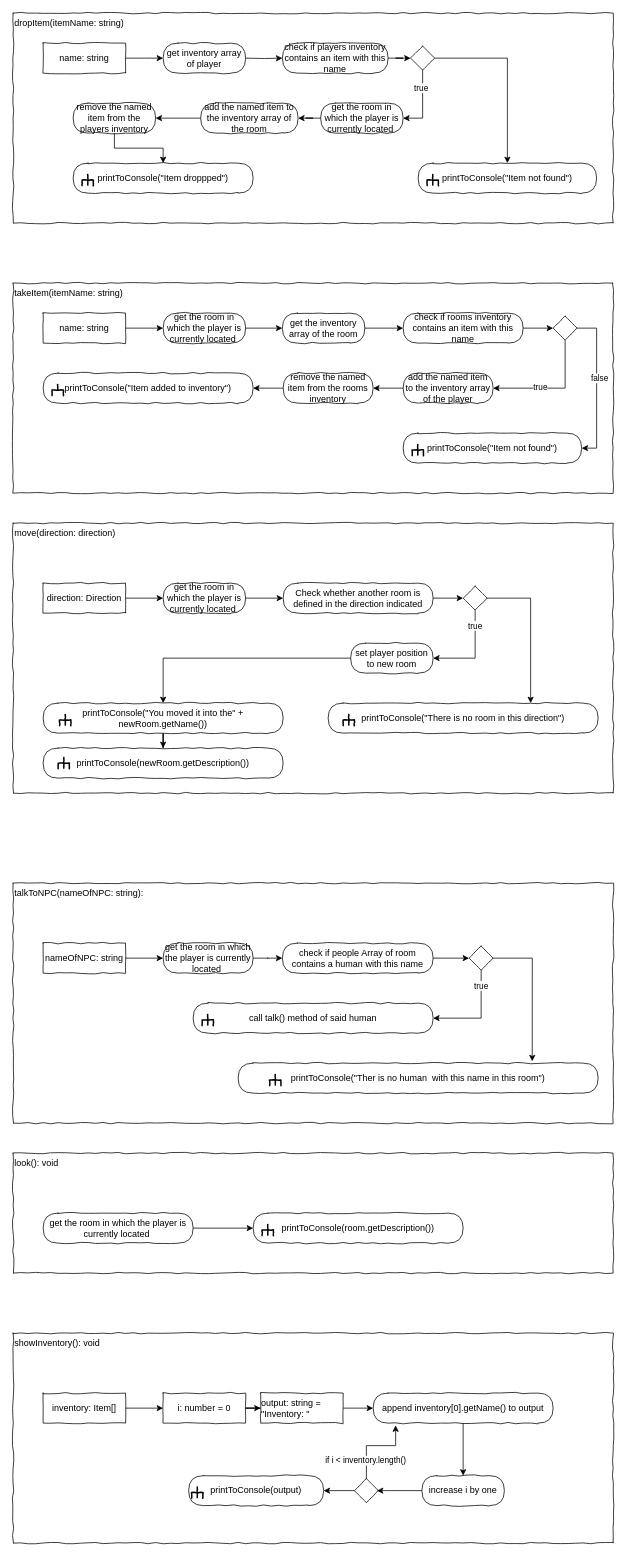
Earlier version of the draw.io diagram page "Player" (2 of 6) of concept/classes.drawio (AljoshaVieth/SoftwareDesignTextAdventure). Source tidied: cells renumbered, new cells numbered last; positions are measured from the earlier drawing's top-left corner, leaving out a move shared by most shapes. Both pictures are drawn from the tidied source at 75%, with x=0, y=0 at pixel (13, 13).
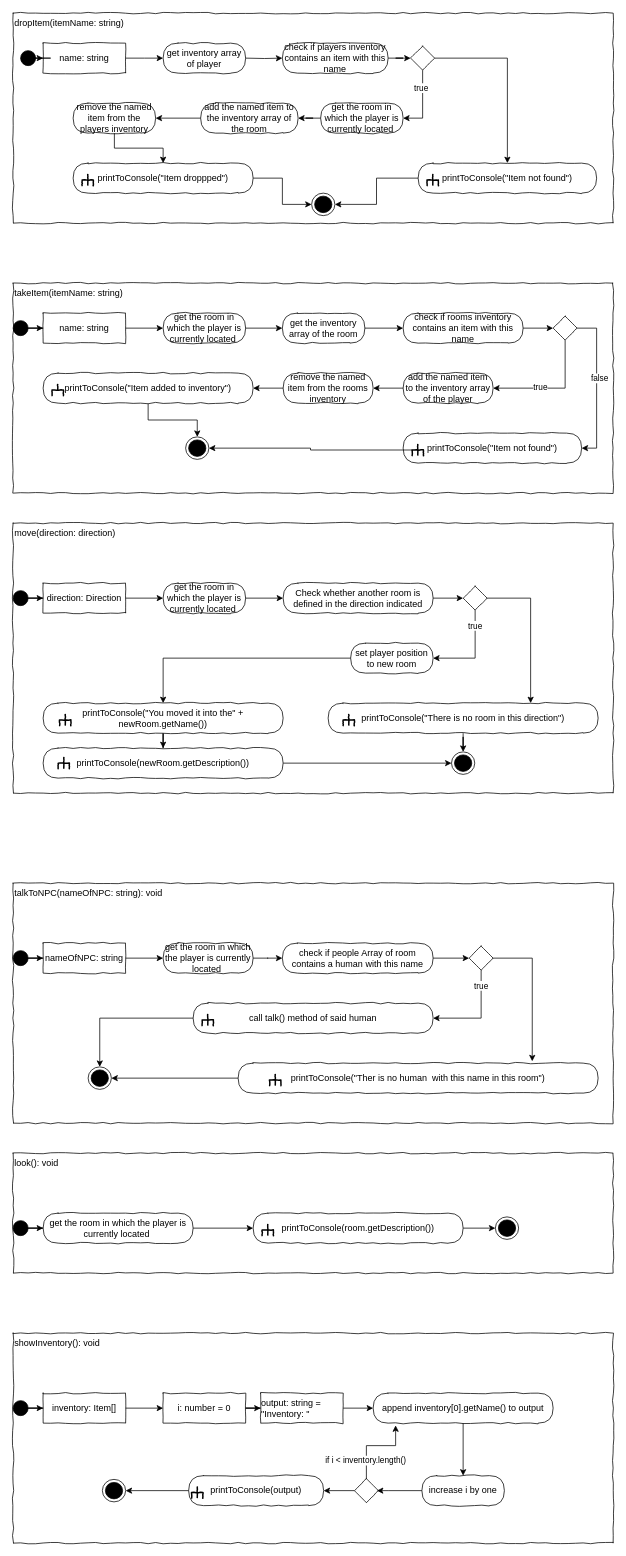
The same diagram, later.

Unchanged cells that the change refers to:
```xml
<mxCell id="2" style="group;" parent="1" vertex="1">
  <mxGeometry width="800" height="280" as="geometry" />
</mxCell>
<mxCell id="5" value="&lt;div style=&quot;text-align: left&quot;&gt;name: string&lt;/div&gt;" style="rounded=0;whiteSpace=wrap;html=1;comic=1;" parent="2" vertex="1">
  <mxGeometry x="40" y="40" width="110" height="40" as="geometry" />
</mxCell>
<mxCell id="13" value="printToConsole(&quot;Item not found&quot;)" style="rounded=1;whiteSpace=wrap;html=1;absoluteArcSize=1;arcSize=50;strokeWidth=1;shadow=0;comic=1;" parent="2" vertex="1">
  <mxGeometry x="540" y="200" width="238" height="40" as="geometry" />
</mxCell>
<mxCell id="22" value="printToConsole(&quot;Item droppped&quot;)" style="rounded=1;whiteSpace=wrap;html=1;absoluteArcSize=1;arcSize=50;strokeWidth=1;shadow=0;comic=1;" parent="2" vertex="1">
  <mxGeometry x="80" y="200" width="240" height="40" as="geometry" />
</mxCell>
<mxCell id="28" style="group;" parent="1" vertex="1">
  <mxGeometry y="360" width="800" height="280" as="geometry" />
</mxCell>
<mxCell id="30" value="&lt;div style=&quot;text-align: left&quot;&gt;name: string&lt;/div&gt;" style="rounded=0;whiteSpace=wrap;html=1;comic=1;" parent="28" vertex="1">
  <mxGeometry x="40" y="40" width="110" height="40" as="geometry" />
</mxCell>
<mxCell id="48" style="strokeWidth=2;html=1;shape=mxgraph.flowchart.annotation_2;align=left;rounded=1;comic=1;rotation=90;" parent="47" vertex="1">
  <mxGeometry x="2" y="5" width="15" height="15" as="geometry" />
</mxCell>
<mxCell id="50" value="printToConsole(&quot;Item added to inventory&quot;)" style="rounded=1;whiteSpace=wrap;html=1;absoluteArcSize=1;arcSize=50;strokeWidth=1;shadow=0;comic=1;" parent="28" vertex="1">
  <mxGeometry x="40" y="120" width="280" height="40" as="geometry" />
</mxCell>
<mxCell id="53" style="group;" parent="1" vertex="1">
  <mxGeometry y="680" width="800" height="360" as="geometry" />
</mxCell>
<mxCell id="55" value="&lt;div style=&quot;text-align: left&quot;&gt;direction: Direction&lt;/div&gt;" style="rounded=0;whiteSpace=wrap;html=1;comic=1;" parent="53" vertex="1">
  <mxGeometry x="40" y="80" width="110" height="40" as="geometry" />
</mxCell>
<mxCell id="65" value="printToConsole(newRoom.getDescription())" style="rounded=1;whiteSpace=wrap;html=1;absoluteArcSize=1;arcSize=50;strokeWidth=1;shadow=0;comic=1;" parent="53" vertex="1">
  <mxGeometry x="40" y="300" width="320" height="40" as="geometry" />
</mxCell>
<mxCell id="69" value="printToConsole(&quot;There is no room in this direction&quot;)" style="rounded=1;whiteSpace=wrap;html=1;absoluteArcSize=1;arcSize=50;strokeWidth=1;shadow=0;comic=1;" parent="53" vertex="1">
  <mxGeometry x="420" y="240" width="360" height="40" as="geometry" />
</mxCell>
<mxCell id="78" style="group;" parent="1" vertex="1">
  <mxGeometry y="1160" width="800" height="320" as="geometry" />
</mxCell>
<mxCell id="80" value="&lt;div style=&quot;text-align: left&quot;&gt;nameOfNPC: string&lt;/div&gt;" style="rounded=0;whiteSpace=wrap;html=1;comic=1;" parent="78" vertex="1">
  <mxGeometry x="40" y="80" width="110" height="40" as="geometry" />
</mxCell>
<mxCell id="87" value="call talk() method of said human" style="rounded=1;whiteSpace=wrap;html=1;absoluteArcSize=1;arcSize=50;strokeWidth=1;shadow=0;comic=1;" parent="78" vertex="1">
  <mxGeometry x="240" y="160" width="320" height="40" as="geometry" />
</mxCell>
<mxCell id="90" value="printToConsole(&quot;Ther is no human&amp;nbsp; with this name in this room&quot;)" style="rounded=1;whiteSpace=wrap;html=1;absoluteArcSize=1;arcSize=50;strokeWidth=1;shadow=0;comic=1;" parent="78" vertex="1">
  <mxGeometry x="300" y="240" width="480" height="40" as="geometry" />
</mxCell>
<mxCell id="98" style="group;" parent="1" vertex="1">
  <mxGeometry y="1520" width="800" height="160" as="geometry" />
</mxCell>
<mxCell id="100" value="get the room in which the player is currently located&amp;nbsp;" style="rounded=1;whiteSpace=wrap;html=1;absoluteArcSize=1;arcSize=50;strokeWidth=1;shadow=0;comic=1;" parent="98" vertex="1">
  <mxGeometry x="40" y="80" width="200" height="40" as="geometry" />
</mxCell>
<mxCell id="101" value="printToConsole(room.getDescription())" style="rounded=1;whiteSpace=wrap;html=1;absoluteArcSize=1;arcSize=50;strokeWidth=1;shadow=0;comic=1;" parent="98" vertex="1">
  <mxGeometry x="320" y="80" width="280" height="40" as="geometry" />
</mxCell>
<mxCell id="106" style="group;" parent="1" vertex="1">
  <mxGeometry y="1760" width="800" height="280" as="geometry" />
</mxCell>
<mxCell id="108" value="&lt;div style=&quot;text-align: left&quot;&gt;inventory: Item[]&lt;/div&gt;" style="rounded=0;whiteSpace=wrap;html=1;comic=1;" parent="106" vertex="1">
  <mxGeometry x="40" y="80" width="110" height="40" as="geometry" />
</mxCell>
<mxCell id="122" value="printToConsole(output)" style="rounded=1;whiteSpace=wrap;html=1;absoluteArcSize=1;arcSize=50;strokeWidth=1;shadow=0;comic=1;" parent="121" vertex="1">
  <mxGeometry width="180" height="40" as="geometry" />
</mxCell>
```

The edit, as a diff of the source:
```diff
@@
+    <mxCell id="127" style="edgeStyle=orthogonalEdgeStyle;rounded=0;jettySize=auto;html=1;entryX=1;entryY=0.5;entryDx=0;entryDy=0;" parent="2" edge="1" source="13" target="131">
+      <mxGeometry relative="1" as="geometry" />
+    </mxCell>
@@
+    <mxCell id="128" style="edgeStyle=orthogonalEdgeStyle;rounded=0;jettySize=auto;html=1;entryX=0;entryY=0.5;entryDx=0;entryDy=0;" parent="2" edge="1" source="22" target="131">
+      <mxGeometry relative="1" as="geometry" />
+    </mxCell>
@@
+    <mxCell id="129" style="edgeStyle=orthogonalEdgeStyle;rounded=0;jettySize=auto;html=1;entryX=0;entryY=0.5;entryDx=0;entryDy=0;" parent="2" edge="1" source="130" target="5">
+      <mxGeometry relative="1" as="geometry" />
+    </mxCell>
+    <mxCell id="130" style="ellipse;whiteSpace=wrap;html=1;rounded=0;shadow=0;comic=0;labelBackgroundColor=none;strokeColor=#000000;strokeWidth=1;fillColor=#000000;fontFamily=Verdana;fontSize=12;fontColor=#000000;align=center;comic=1;" parent="2" vertex="1">
+      <mxGeometry x="10" y="50" width="20" height="20" as="geometry" />
+    </mxCell>
+    <mxCell id="131" style="ellipse;html=1;shape=endState;fillColor=#000000;strokeColor=#000000;comic=1;align=center;" parent="2" vertex="1">
+      <mxGeometry x="398" y="240" width="31" height="30" as="geometry" />
+    </mxCell>
@@
+    <mxCell id="132" style="edgeStyle=orthogonalEdgeStyle;rounded=0;jettySize=auto;html=1;entryX=0.5;entryY=0;entryDx=0;entryDy=0;" parent="28" edge="1" source="50" target="135">
+      <mxGeometry relative="1" as="geometry" />
+    </mxCell>
@@
+    <mxCell id="133" style="edgeStyle=orthogonalEdgeStyle;rounded=0;jettySize=auto;html=1;entryX=0;entryY=0.5;entryDx=0;entryDy=0;" parent="28" edge="1" source="134" target="30">
+      <mxGeometry relative="1" as="geometry" />
+    </mxCell>
+    <mxCell id="134" style="ellipse;whiteSpace=wrap;html=1;rounded=0;shadow=0;comic=0;labelBackgroundColor=none;strokeColor=#000000;strokeWidth=1;fillColor=#000000;fontFamily=Verdana;fontSize=12;fontColor=#000000;align=center;comic=1;" parent="28" vertex="1">
+      <mxGeometry y="50" width="20" height="20" as="geometry" />
+    </mxCell>
+    <mxCell id="135" style="ellipse;html=1;shape=endState;fillColor=#000000;strokeColor=#000000;comic=1;align=center;" parent="28" vertex="1">
+      <mxGeometry x="230" y="205" width="31" height="30" as="geometry" />
+    </mxCell>
+    <mxCell id="136" style="edgeStyle=orthogonalEdgeStyle;rounded=0;jettySize=auto;html=1;entryX=1;entryY=0.5;entryDx=0;entryDy=0;" parent="28" edge="1" source="48" target="135">
+      <mxGeometry relative="1" as="geometry" />
+    </mxCell>
@@
+    <mxCell id="137" style="edgeStyle=orthogonalEdgeStyle;rounded=0;jettySize=auto;html=1;entryX=0;entryY=0.5;entryDx=0;entryDy=0;" parent="53" edge="1" source="65" target="141">
+      <mxGeometry relative="1" as="geometry" />
+    </mxCell>
@@
+    <mxCell id="138" style="edgeStyle=orthogonalEdgeStyle;rounded=0;jettySize=auto;html=1;entryX=0.5;entryY=0;entryDx=0;entryDy=0;" parent="53" edge="1" source="69" target="141">
+      <mxGeometry relative="1" as="geometry" />
+    </mxCell>
@@
+    <mxCell id="139" style="edgeStyle=orthogonalEdgeStyle;rounded=0;jettySize=auto;html=1;" parent="53" edge="1" source="140" target="55">
+      <mxGeometry relative="1" as="geometry" />
+    </mxCell>
+    <mxCell id="140" style="ellipse;whiteSpace=wrap;html=1;rounded=0;shadow=0;comic=0;labelBackgroundColor=none;strokeColor=#000000;strokeWidth=1;fillColor=#000000;fontFamily=Verdana;fontSize=12;fontColor=#000000;align=center;comic=1;" parent="53" vertex="1">
+      <mxGeometry y="90" width="20" height="20" as="geometry" />
+    </mxCell>
+    <mxCell id="141" style="ellipse;html=1;shape=endState;fillColor=#000000;strokeColor=#000000;comic=1;align=center;" parent="53" vertex="1">
+      <mxGeometry x="584.5" y="305" width="31" height="30" as="geometry" />
+    </mxCell>
@@
-    <mxCell id="79" value="&lt;div style=&quot;text-align: left&quot;&gt;&lt;span&gt;talkToNPC(nameOfNPC: string):&lt;/span&gt;&lt;/div&gt;" style="rounded=0;whiteSpace=wrap;html=1;shadow=0;glass=0;comic=1;strokeColor=#000000;labelPosition=center;verticalLabelPosition=middle;align=left;verticalAlign=top;absoluteArcSize=1;arcSize=50;" parent="78" vertex="1">
+    <mxCell id="79" value="&lt;div style=&quot;text-align: left&quot;&gt;&lt;span&gt;talkToNPC(nameOfNPC: string): void&lt;/span&gt;&lt;/div&gt;" style="rounded=0;whiteSpace=wrap;html=1;shadow=0;glass=0;comic=1;strokeColor=#000000;labelPosition=center;verticalLabelPosition=middle;align=left;verticalAlign=top;absoluteArcSize=1;arcSize=50;" parent="78" vertex="1">
       <mxGeometry width="800" height="320" as="geometry" />
     </mxCell>
@@
+    <mxCell id="142" style="edgeStyle=orthogonalEdgeStyle;rounded=0;jettySize=auto;html=1;entryX=0.5;entryY=0;entryDx=0;entryDy=0;" parent="78" edge="1" source="87" target="146">
+      <mxGeometry relative="1" as="geometry" />
+    </mxCell>
@@
+    <mxCell id="143" style="edgeStyle=orthogonalEdgeStyle;rounded=0;jettySize=auto;html=1;entryX=1;entryY=0.5;entryDx=0;entryDy=0;" parent="78" edge="1" source="90" target="146">
+      <mxGeometry relative="1" as="geometry" />
+    </mxCell>
@@
+    <mxCell id="144" style="edgeStyle=orthogonalEdgeStyle;rounded=0;jettySize=auto;html=1;entryX=0;entryY=0.5;entryDx=0;entryDy=0;" parent="78" edge="1" source="145" target="80">
+      <mxGeometry relative="1" as="geometry" />
+    </mxCell>
+    <mxCell id="145" style="ellipse;whiteSpace=wrap;html=1;rounded=0;shadow=0;comic=0;labelBackgroundColor=none;strokeColor=#000000;strokeWidth=1;fillColor=#000000;fontFamily=Verdana;fontSize=12;fontColor=#000000;align=center;comic=1;" parent="78" vertex="1">
+      <mxGeometry y="90" width="20" height="20" as="geometry" />
+    </mxCell>
+    <mxCell id="146" style="ellipse;html=1;shape=endState;fillColor=#000000;strokeColor=#000000;comic=1;align=center;" parent="78" vertex="1">
+      <mxGeometry x="100" y="245" width="31" height="30" as="geometry" />
+    </mxCell>
@@
+    <mxCell id="147" style="edgeStyle=orthogonalEdgeStyle;rounded=0;jettySize=auto;html=1;entryX=0;entryY=0.5;entryDx=0;entryDy=0;" parent="98" edge="1" source="101" target="150">
+      <mxGeometry relative="1" as="geometry" />
+    </mxCell>
@@
+    <mxCell id="148" style="edgeStyle=orthogonalEdgeStyle;rounded=0;jettySize=auto;html=1;entryX=0;entryY=0.5;entryDx=0;entryDy=0;" parent="98" edge="1" source="149" target="100">
+      <mxGeometry relative="1" as="geometry" />
+    </mxCell>
+    <mxCell id="149" style="ellipse;whiteSpace=wrap;html=1;rounded=0;shadow=0;comic=0;labelBackgroundColor=none;strokeColor=#000000;strokeWidth=1;fillColor=#000000;fontFamily=Verdana;fontSize=12;fontColor=#000000;align=center;comic=1;" parent="98" vertex="1">
+      <mxGeometry y="90" width="20" height="20" as="geometry" />
+    </mxCell>
+    <mxCell id="150" style="ellipse;html=1;shape=endState;fillColor=#000000;strokeColor=#000000;comic=1;align=center;" parent="98" vertex="1">
+      <mxGeometry x="643" y="85" width="31" height="30" as="geometry" />
+    </mxCell>
@@
+    <mxCell id="151" style="edgeStyle=orthogonalEdgeStyle;rounded=0;jettySize=auto;html=1;entryX=0;entryY=0.5;entryDx=0;entryDy=0;" parent="106" edge="1" source="152" target="108">
+      <mxGeometry relative="1" as="geometry" />
+    </mxCell>
+    <mxCell id="152" style="ellipse;whiteSpace=wrap;html=1;rounded=0;shadow=0;comic=0;labelBackgroundColor=none;strokeColor=#000000;strokeWidth=1;fillColor=#000000;fontFamily=Verdana;fontSize=12;fontColor=#000000;align=center;comic=1;" parent="106" vertex="1">
+      <mxGeometry y="90" width="20" height="20" as="geometry" />
+    </mxCell>
+    <mxCell id="153" style="ellipse;html=1;shape=endState;fillColor=#000000;strokeColor=#000000;comic=1;align=center;" parent="106" vertex="1">
+      <mxGeometry x="119" y="195" width="31" height="30" as="geometry" />
+    </mxCell>
+    <mxCell id="154" style="edgeStyle=orthogonalEdgeStyle;rounded=0;jettySize=auto;html=1;entryX=1;entryY=0.5;entryDx=0;entryDy=0;" parent="106" edge="1" source="122" target="153">
+      <mxGeometry relative="1" as="geometry" />
+    </mxCell>
```
